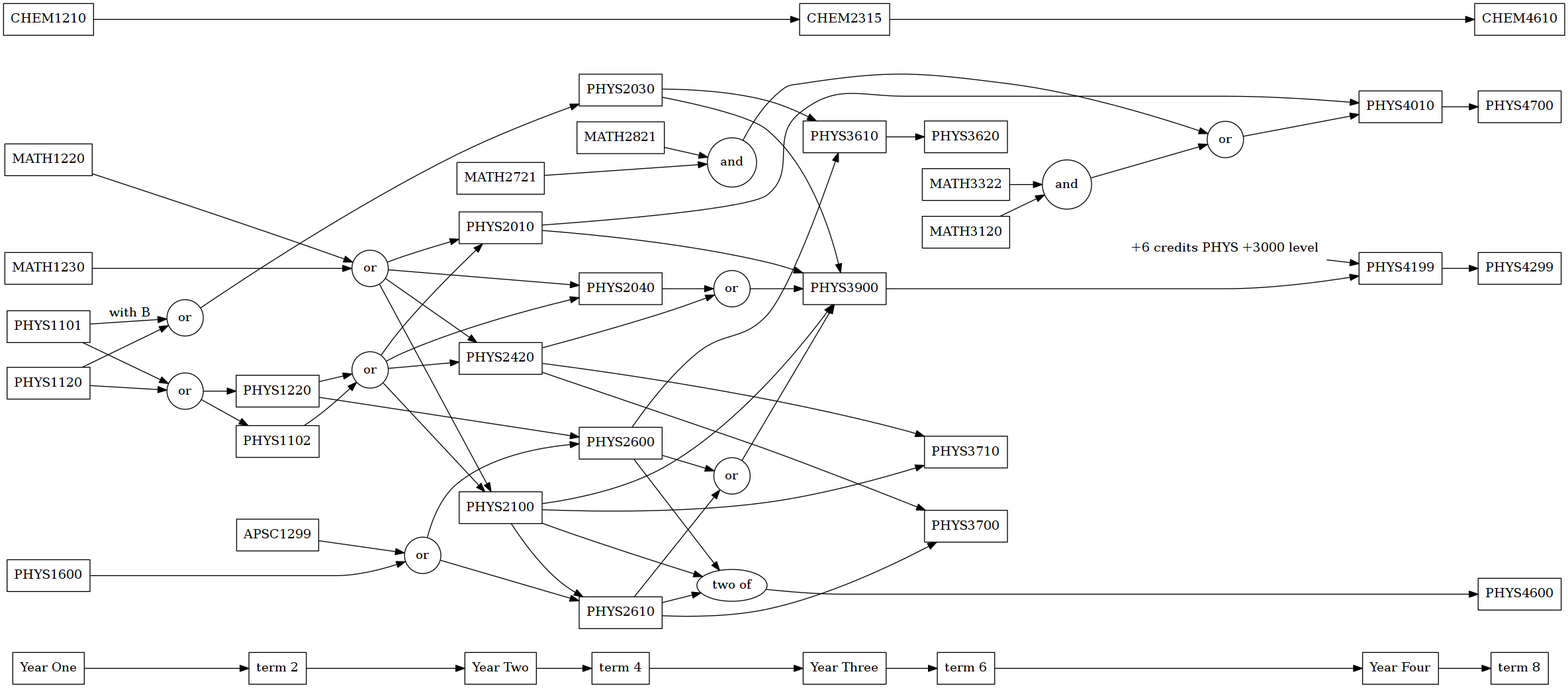
danpeirce/course-chart keeps this Graphviz diagram as pmt.png. Above is the earlier version. Its source is kept beside it as pmt.gv.
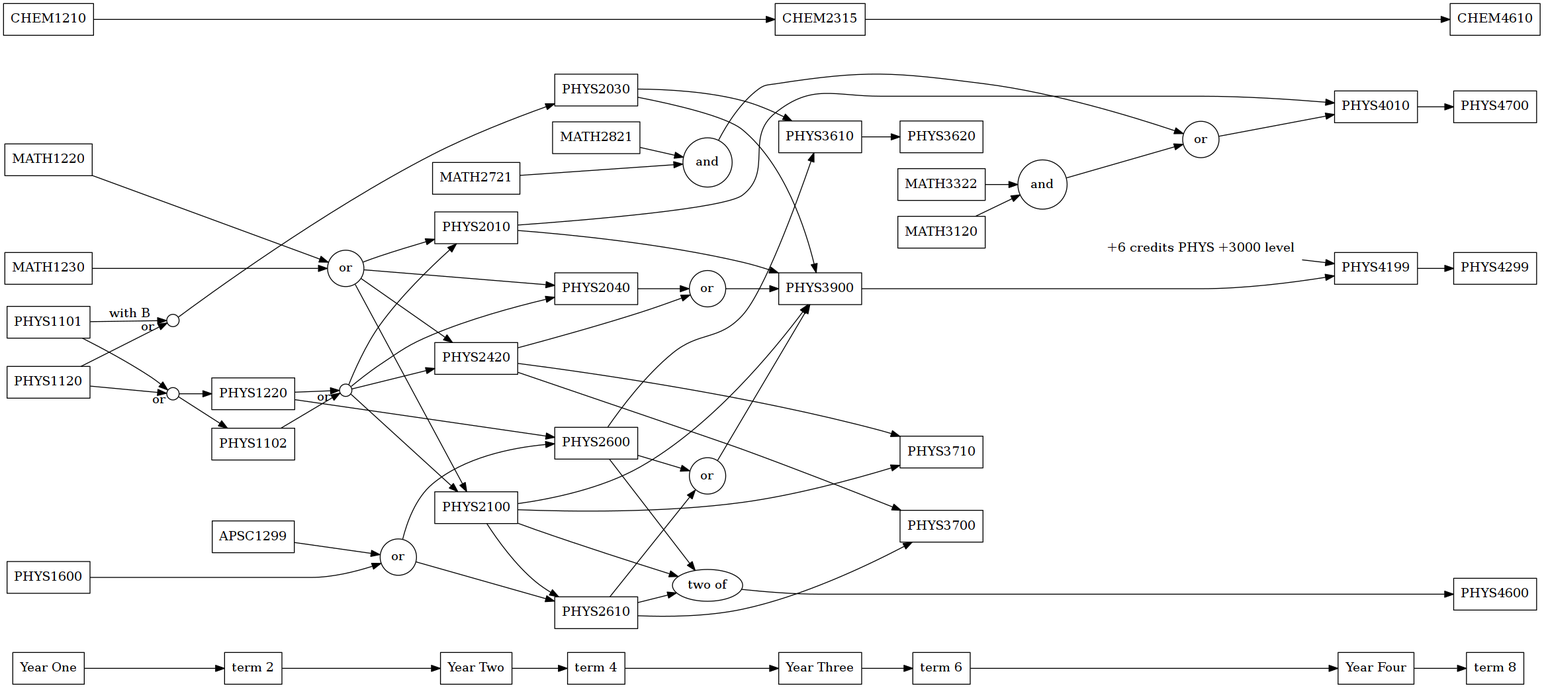
After the commit.

Commit message:
clarify or choices

Diff of the diagram source:
```diff
@@ -1,4 +1,5 @@
 digraph PMT {
+	edge [lblstyle="sloped"];
 	rankdir=LR;
     overlap=false;
 	node[shape=rect ];
@@ -31,11 +32,11 @@
 
     PHYS2010;
     PHYS2030;
-    ch2030 [label="or", shape=circle];
+    ch2030 [label="", shape=circle, height=0.2];
     PHYS2040;
     PHYS2420;
     PHYS2100;
-    ch2100 [ label="or", shape=circle];
+    ch2100 [ label="", shape=circle, height=0.2];
     PHYS2600;
     PHYS2610;
     PHYS3710;
@@ -45,7 +46,7 @@
     PHYS1120;
     PHYS1101;
     PHYS1102;
-    ch1220 [label="or", shape=circle];
+    ch1220 [label="", shape=circle, height=0.2];
     PHYS1600;
     APSC1299;
     ch1299 [label="or", shape=circle];
@@ -61,65 +62,65 @@
     oboth4010 [label="and", shape=circle];
     chm2100 [label="or", shape=circle];
 
-    yearone  -> y1t2 -> yeartwo -> y2t2 ->  yearthree -> y3t2  -> yearfour -> y4t2 ; //[dir=back]
-    PHYS2010 -> PHYS4010 -> PHYS4700  ; //[dir=back]
-    CHEM1210 -> CHEM2315 -> CHEM4610 ; //[dir=back]
-    ch4010 -> PHYS4010 ; //[dir=back]
-    both4010 -> ch4010 ; //[dir=back]
-    MATH2721 -> both4010 ; //[dir=back]
-    MATH2821 -> both4010 ; //[dir=back]
-    MATH3120 -> oboth4010 ; //[dir=back]
-    MATH3322 -> oboth4010 ; //[dir=back]
-    oboth4010 -> ch4010 ; //[dir=back]
-    ch4600 -> PHYS4600 ; //[dir=back]
-    PHYS2100 -> ch4600 ; //[dir=back]
-    PHYS2100 -> PHYS3900 ; //[dir=back]
-    PHYS2600 -> PHYS3610 ; //[dir=back]
-    PHYS2030 -> PHYS3610 ; //[dir=back]
-    PHYS3610 -> PHYS3620 ; //[dir=back]
-    chm2100 -> PHYS2100 ; //[dir=back]
-    chm2100 -> PHYS2040 ; //[dir=back]
-    MATH1220 -> chm2100 ; //[dir=back]
-    MATH1230 -> chm2100 ; //[dir=back]
-    ch2100 -> PHYS2100 ; //[dir=back]
-    ch2100 -> PHYS2040 ; //[dir=back]
-    PHYS1102 -> ch2100 ; //[dir=back]
-    PHYS1220 -> ch2100 ; //[dir=back]
-    PHYS2600 -> ch4600 ; //[dir=back]
-    PHYS1220 -> PHYS2600 ; //[dir=back]
-    PHYS1101 -> ch1220 ; //[dir=back]
-    PHYS1120 -> ch1220 ; //[dir=back]
-    ch1220 -> PHYS1102 ; //[dir=back]
-    ch1220 -> PHYS1220 ; //[dir=back]
-    PHYS1600 -> ch1299 ; //[dir=back]
-    APSC1299 -> ch1299 ; //[dir=back]
-    ch1299 -> PHYS2600 ; //[dir=back]
-    ch1299 -> PHYS2610 ; //[dir=back]
-    PHYS2100 -> PHYS2610 ; //[dir=back]
-    PHYS2610 -> ch4600 ; //[dir=back]
-    PHYS4199 -> PHYS4299 ; //[dir=back]
-    PHYS3900 -> PHYS4199 ; //[dir=back]
-    ch3900 -> PHYS4199 ; //[dir=back]
-    or1c3900 -> PHYS3900 ; //[dir=back]
-    or2c3900 -> PHYS3900 ; //[dir=back]
-    PHYS2010 -> PHYS3900 ; //[dir=back]
-    PHYS2030 -> PHYS3900 ; //[dir=back]
-    ch2030 -> PHYS2030 ; //[dir=back]
-    PHYS1120 -> ch2030 ; //[dir=back]
-    PHYS1101 -> ch2030 [label="with B"]; // dir=back]
+    yearone  -> y1t2 -> yeartwo -> y2t2 ->  yearthree -> y3t2  -> yearfour -> y4t2  ;
+    PHYS2010 -> PHYS4010 -> PHYS4700   ;
+    CHEM1210 -> CHEM2315 -> CHEM4610  ;
+    ch4010 -> PHYS4010  ;
+    both4010 -> ch4010  ;
+    MATH2721 -> both4010  ;
+    MATH2821 -> both4010  ;
+    MATH3120 -> oboth4010  ;
+    MATH3322 -> oboth4010  ;
+    oboth4010 -> ch4010  ;
+    ch4600 -> PHYS4600  ;
+    PHYS2100 -> ch4600  ;
+    PHYS2100 -> PHYS3900  ;
+    PHYS2600 -> PHYS3610  ;
+    PHYS2030 -> PHYS3610  ;
+    PHYS3610 -> PHYS3620  ;
+    chm2100 -> PHYS2100  ;
+    chm2100 -> PHYS2040  ;
+    MATH1220 -> chm2100  ;
+    MATH1230 -> chm2100  ;
+    ch2100 -> PHYS2100  ;
+    ch2100 -> PHYS2040  ;
+    PHYS1102 -> ch2100 ;
+    PHYS1220 -> ch2100 [headlabel="or  "]  ;
+    PHYS2600 -> ch4600  ;
+    PHYS1220 -> PHYS2600  ;
+    PHYS1101 -> ch1220  ;
+    PHYS1120 -> ch1220  [headlabel="or"];
+    ch1220 -> PHYS1102  ;
+    ch1220 -> PHYS1220  ;
+    PHYS1600 -> ch1299  ;
+    APSC1299 -> ch1299  ;
+    ch1299 -> PHYS2600  ;
+    ch1299 -> PHYS2610  ;
+    PHYS2100 -> PHYS2610  ;
+    PHYS2610 -> ch4600  ;
+    PHYS4199 -> PHYS4299  ;
+    PHYS3900 -> PHYS4199  ;
+    ch3900 -> PHYS4199  ;
+    or1c3900 -> PHYS3900  ;
+    or2c3900 -> PHYS3900  ;
+    PHYS2010 -> PHYS3900  ;
+    PHYS2030 -> PHYS3900  ;
+    ch2030 -> PHYS2030  ;
+    PHYS1120 -> ch2030 ;
+    PHYS1101 -> ch2030 [label="with B", headlabel="or   "];
 
-    PHYS2040 -> or2c3900 ; //[dir=back]
-    PHYS2420 -> or2c3900 ; //[dir=back]
-    ch2100 -> PHYS2420 ; //[dir=back]
-    chm2100 -> PHYS2420 ; //[dir=back]
-    ch2100 -> PHYS2010 ; //[dir=back]
-    chm2100 -> PHYS2010 ; //[dir=back]
-    PHYS2600 -> or1c3900 ; //[dir=back]
-    PHYS2610 -> or1c3900 ; //[dir=back]
-    PHYS2100 -> PHYS3710 ; //[dir=back]
-    PHYS2420 -> PHYS3700 ; //[dir=back]
-    PHYS2610 -> PHYS3700 ; //[dir=back]
-    PHYS2420 -> PHYS3710 ; //[dir=back]
+    PHYS2040 -> or2c3900  ;
+    PHYS2420 -> or2c3900  ;
+    ch2100 -> PHYS2420  ;
+    chm2100 -> PHYS2420  ;
+    ch2100 -> PHYS2010  ;
+    chm2100 -> PHYS2010  ;
+    PHYS2600 -> or1c3900  ;
+    PHYS2610 -> or1c3900  ;
+    PHYS2100 -> PHYS3710  ;
+    PHYS2420 -> PHYS3700  ;
+    PHYS2610 -> PHYS3700  ;
+    PHYS2420 -> PHYS3710  ;
     { rank=same; yearfour, PHYS4010, PHYS4199 };
     { rank=same; yeartwo, PHYS2010, PHYS2420, MATH2721 };
     { rank=same; y2t2, PHYS2030, PHYS2040, MATH2821 };
```
